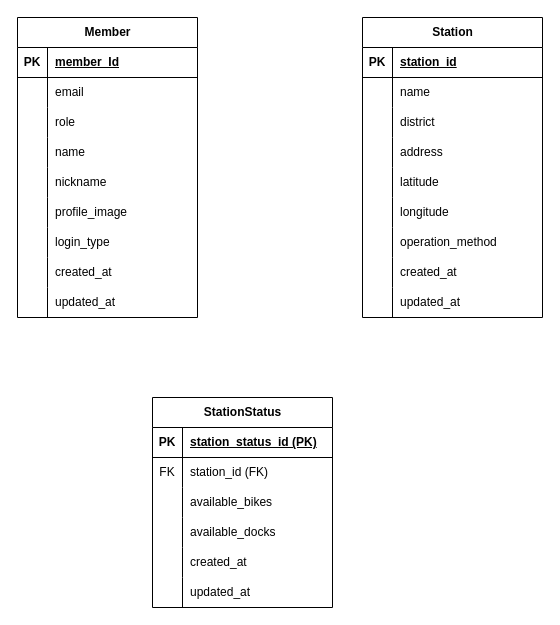
Above: SessakBoriERD.drawio in 2025-All4Land-RideOn/ERD (draw.io), before the change. Source tidied: cells renumbered, new cells numbered last; positions are measured from the earlier drawing's top-left corner, leaving out a move shared by most shapes. Both pictures are drawn from the tidied source at 100%, with x=0, y=0 at pixel (17, 17).
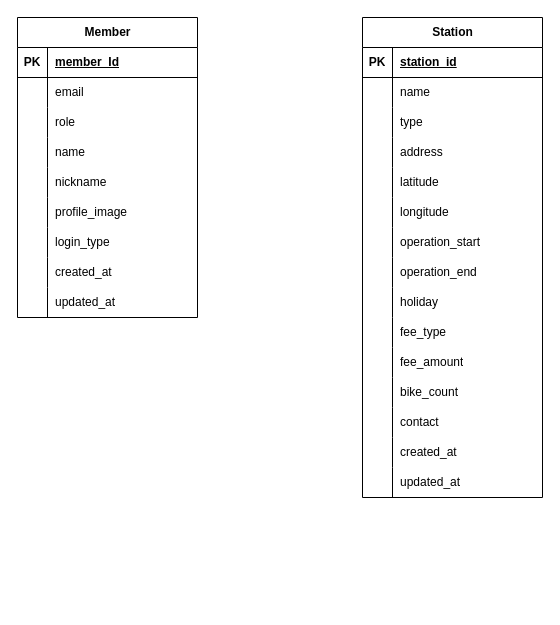
The same diagram, later.

Commit message:
docs: 자전거대여소(Station) 테이블 추가

Unchanged cells that the change refers to:
```xml
<mxCell id="37" style="shape=tableRow;horizontal=0;startSize=0;swimlaneHead=0;swimlaneBody=0;fillColor=none;top=0;left=0;right=0;bottom=0;" parent="30" vertex="1">
  <mxGeometry y="90" width="180" height="30" as="geometry" />
</mxCell>
<mxCell id="49" style="shape=tableRow;horizontal=0;startSize=0;swimlaneHead=0;swimlaneBody=0;fillColor=none;top=0;left=0;right=0;bottom=0;" parent="30" vertex="1">
  <mxGeometry y="210" width="180" height="30" as="geometry" />
</mxCell>
```

The edit, as a diff of the source:
```diff
@@
     <mxCell id="30" value="Station" style="shape=table;startSize=30;childLayout=tableLayout;rowLines=0;fontStyle=1;align=center;html=1;" parent="1" vertex="1">
-      <mxGeometry x="345" width="180" height="300" as="geometry" />
+      <mxGeometry x="345" width="180" height="480" as="geometry" />
     </mxCell>
@@
-    <mxCell id="39" value="district" style="shape=partialRectangle;fillColor=none;top=0;left=0;bottom=0;right=0;align=left;spacingLeft=6;overflow=hidden;whiteSpace=wrap;html=1;" parent="37" vertex="1">
+    <mxCell id="39" value="type" style="shape=partialRectangle;fillColor=none;top=0;left=0;bottom=0;right=0;align=left;spacingLeft=6;overflow=hidden;whiteSpace=wrap;html=1;" parent="37" vertex="1">
       <mxGeometry x="30" width="150" height="30" as="geometry" />
     </mxCell>
@@
-    <mxCell id="51" value="operation_method" style="shape=partialRectangle;fillColor=none;top=0;left=0;bottom=0;right=0;align=left;spacingLeft=6;overflow=hidden;whiteSpace=wrap;html=1;" parent="49" vertex="1">
+    <mxCell id="51" value="operation_start" style="shape=partialRectangle;fillColor=none;top=0;left=0;bottom=0;right=0;align=left;spacingLeft=6;overflow=hidden;whiteSpace=wrap;html=1;" parent="49" vertex="1">
       <mxGeometry x="30" width="150" height="30" as="geometry" />
     </mxCell>
+    <mxCell id="77" style="shape=tableRow;horizontal=0;startSize=0;swimlaneHead=0;swimlaneBody=0;fillColor=none;top=0;left=0;right=0;bottom=0;" parent="30" vertex="1">
+      <mxGeometry y="240" width="180" height="30" as="geometry" />
+    </mxCell>
+    <mxCell id="78" style="shape=partialRectangle;fillColor=none;top=0;left=0;bottom=0;right=0;overflow=hidden;whiteSpace=wrap;html=1;" parent="77" vertex="1">
+      <mxGeometry width="30" height="30" as="geometry" />
+    </mxCell>
+    <mxCell id="79" value="operation_end" style="shape=partialRectangle;fillColor=none;top=0;left=0;bottom=0;right=0;align=left;spacingLeft=6;overflow=hidden;whiteSpace=wrap;html=1;" parent="77" vertex="1">
+      <mxGeometry x="30" width="150" height="30" as="geometry" />
+    </mxCell>
+    <mxCell id="80" style="shape=tableRow;horizontal=0;startSize=0;swimlaneHead=0;swimlaneBody=0;fillColor=none;top=0;left=0;right=0;bottom=0;" parent="30" vertex="1">
+      <mxGeometry y="270" width="180" height="30" as="geometry" />
+    </mxCell>
+    <mxCell id="81" style="shape=partialRectangle;fillColor=none;top=0;left=0;bottom=0;right=0;overflow=hidden;whiteSpace=wrap;html=1;" parent="80" vertex="1">
+      <mxGeometry width="30" height="30" as="geometry" />
+    </mxCell>
+    <mxCell id="82" value="holiday" style="shape=partialRectangle;fillColor=none;top=0;left=0;bottom=0;right=0;align=left;spacingLeft=6;overflow=hidden;whiteSpace=wrap;html=1;" parent="80" vertex="1">
+      <mxGeometry x="30" width="150" height="30" as="geometry" />
+    </mxCell>
+    <mxCell id="83" style="shape=tableRow;horizontal=0;startSize=0;swimlaneHead=0;swimlaneBody=0;fillColor=none;top=0;left=0;right=0;bottom=0;" parent="30" vertex="1">
+      <mxGeometry y="300" width="180" height="30" as="geometry" />
+    </mxCell>
+    <mxCell id="84" style="shape=partialRectangle;fillColor=none;top=0;left=0;bottom=0;right=0;overflow=hidden;whiteSpace=wrap;html=1;" parent="83" vertex="1">
+      <mxGeometry width="30" height="30" as="geometry" />
+    </mxCell>
+    <mxCell id="85" value="fee_type" style="shape=partialRectangle;fillColor=none;top=0;left=0;bottom=0;right=0;align=left;spacingLeft=6;overflow=hidden;whiteSpace=wrap;html=1;" parent="83" vertex="1">
+      <mxGeometry x="30" width="150" height="30" as="geometry" />
+    </mxCell>
+    <mxCell id="86" style="shape=tableRow;horizontal=0;startSize=0;swimlaneHead=0;swimlaneBody=0;fillColor=none;top=0;left=0;right=0;bottom=0;" parent="30" vertex="1">
+      <mxGeometry y="330" width="180" height="30" as="geometry" />
+    </mxCell>
+    <mxCell id="87" style="shape=partialRectangle;fillColor=none;top=0;left=0;bottom=0;right=0;overflow=hidden;whiteSpace=wrap;html=1;" parent="86" vertex="1">
+      <mxGeometry width="30" height="30" as="geometry" />
+    </mxCell>
+    <mxCell id="88" value="fee_amount" style="shape=partialRectangle;fillColor=none;top=0;left=0;bottom=0;right=0;align=left;spacingLeft=6;overflow=hidden;whiteSpace=wrap;html=1;" parent="86" vertex="1">
+      <mxGeometry x="30" width="150" height="30" as="geometry" />
+    </mxCell>
+    <mxCell id="89" style="shape=tableRow;horizontal=0;startSize=0;swimlaneHead=0;swimlaneBody=0;fillColor=none;top=0;left=0;right=0;bottom=0;" parent="30" vertex="1">
+      <mxGeometry y="360" width="180" height="30" as="geometry" />
+    </mxCell>
+    <mxCell id="90" style="shape=partialRectangle;fillColor=none;top=0;left=0;bottom=0;right=0;overflow=hidden;whiteSpace=wrap;html=1;" parent="89" vertex="1">
+      <mxGeometry width="30" height="30" as="geometry" />
+    </mxCell>
+    <mxCell id="91" value="bike_count" style="shape=partialRectangle;fillColor=none;top=0;left=0;bottom=0;right=0;align=left;spacingLeft=6;overflow=hidden;whiteSpace=wrap;html=1;" parent="89" vertex="1">
+      <mxGeometry x="30" width="150" height="30" as="geometry" />
+    </mxCell>
+    <mxCell id="92" style="shape=tableRow;horizontal=0;startSize=0;swimlaneHead=0;swimlaneBody=0;fillColor=none;top=0;left=0;right=0;bottom=0;" parent="30" vertex="1">
+      <mxGeometry y="390" width="180" height="30" as="geometry" />
+    </mxCell>
+    <mxCell id="93" style="shape=partialRectangle;fillColor=none;top=0;left=0;bottom=0;right=0;overflow=hidden;whiteSpace=wrap;html=1;" parent="92" vertex="1">
+      <mxGeometry width="30" height="30" as="geometry" />
+    </mxCell>
+    <mxCell id="94" value="contact" style="shape=partialRectangle;fillColor=none;top=0;left=0;bottom=0;right=0;align=left;spacingLeft=6;overflow=hidden;whiteSpace=wrap;html=1;" parent="92" vertex="1">
+      <mxGeometry x="30" width="150" height="30" as="geometry" />
+    </mxCell>
     <mxCell id="52" style="shape=tableRow;horizontal=0;startSize=0;swimlaneHead=0;swimlaneBody=0;fillColor=none;top=0;left=0;right=0;bottom=0;" parent="30" vertex="1">
-      <mxGeometry y="240" width="180" height="30" as="geometry" />
+      <mxGeometry y="420" width="180" height="30" as="geometry" />
     </mxCell>
@@
     <mxCell id="55" style="shape=tableRow;horizontal=0;startSize=0;swimlaneHead=0;swimlaneBody=0;fillColor=none;top=0;left=0;right=0;bottom=0;" parent="30" vertex="1">
-      <mxGeometry y="270" width="180" height="30" as="geometry" />
+      <mxGeometry y="450" width="180" height="30" as="geometry" />
     </mxCell>
@@
-    <mxCell id="58" value="StationStatus" style="shape=table;startSize=30;childLayout=tableLayout;rowLines=0;fontStyle=1;align=center;html=1;" parent="1" vertex="1">
-      <mxGeometry x="135" y="380" width="180" height="210" as="geometry" />
-    </mxCell>
-    <mxCell id="59" style="shape=tableRow;horizontal=0;startSize=0;swimlaneHead=0;swimlaneBody=0;fillColor=none;top=0;left=0;right=0;bottom=1;" parent="58" vertex="1">
-      <mxGeometry y="30" width="180" height="30" as="geometry" />
-    </mxCell>
-    <mxCell id="60" value="PK" style="shape=partialRectangle;fillColor=none;top=0;left=0;bottom=0;right=0;fontStyle=1;overflow=hidden;whiteSpace=wrap;html=1;" parent="59" vertex="1">
-      <mxGeometry width="30" height="30" as="geometry" />
-    </mxCell>
-    <mxCell id="61" value="station_status_id (PK)" style="shape=partialRectangle;fillColor=none;top=0;left=0;bottom=0;right=0;align=left;spacingLeft=6;fontStyle=5;overflow=hidden;whiteSpace=wrap;html=1;" parent="59" vertex="1">
-      <mxGeometry x="30" width="150" height="30" as="geometry" />
-    </mxCell>
-    <mxCell id="62" style="shape=tableRow;horizontal=0;startSize=0;swimlaneHead=0;swimlaneBody=0;fillColor=none;top=0;left=0;right=0;bottom=0;" parent="58" vertex="1">
-      <mxGeometry y="60" width="180" height="30" as="geometry" />
-    </mxCell>
-    <mxCell id="63" value="FK" style="shape=partialRectangle;fillColor=none;top=0;left=0;bottom=0;right=0;overflow=hidden;whiteSpace=wrap;html=1;" parent="62" vertex="1">
-      <mxGeometry width="30" height="30" as="geometry" />
-    </mxCell>
-    <mxCell id="64" value="station_id (FK)" style="shape=partialRectangle;fillColor=none;top=0;left=0;bottom=0;right=0;align=left;spacingLeft=6;overflow=hidden;whiteSpace=wrap;html=1;" parent="62" vertex="1">
-      <mxGeometry x="30" width="150" height="30" as="geometry" />
-    </mxCell>
-    <mxCell id="65" style="shape=tableRow;horizontal=0;startSize=0;swimlaneHead=0;swimlaneBody=0;fillColor=none;top=0;left=0;right=0;bottom=0;" parent="58" vertex="1">
-      <mxGeometry y="90" width="180" height="30" as="geometry" />
-    </mxCell>
-    <mxCell id="66" style="shape=partialRectangle;fillColor=none;top=0;left=0;bottom=0;right=0;overflow=hidden;whiteSpace=wrap;html=1;" parent="65" vertex="1">
-      <mxGeometry width="30" height="30" as="geometry" />
-    </mxCell>
-    <mxCell id="67" value="available_bikes" style="shape=partialRectangle;fillColor=none;top=0;left=0;bottom=0;right=0;align=left;spacingLeft=6;overflow=hidden;whiteSpace=wrap;html=1;" parent="65" vertex="1">
-      <mxGeometry x="30" width="150" height="30" as="geometry" />
-    </mxCell>
-    <mxCell id="68" style="shape=tableRow;horizontal=0;startSize=0;swimlaneHead=0;swimlaneBody=0;fillColor=none;top=0;left=0;right=0;bottom=0;" parent="58" vertex="1">
-      <mxGeometry y="120" width="180" height="30" as="geometry" />
-    </mxCell>
-    <mxCell id="69" style="shape=partialRectangle;fillColor=none;top=0;left=0;bottom=0;right=0;overflow=hidden;whiteSpace=wrap;html=1;" parent="68" vertex="1">
-      <mxGeometry width="30" height="30" as="geometry" />
-    </mxCell>
-    <mxCell id="70" value="available_docks" style="shape=partialRectangle;fillColor=none;top=0;left=0;bottom=0;right=0;align=left;spacingLeft=6;overflow=hidden;whiteSpace=wrap;html=1;" parent="68" vertex="1">
-      <mxGeometry x="30" width="150" height="30" as="geometry" />
-    </mxCell>
-    <mxCell id="71" style="shape=tableRow;horizontal=0;startSize=0;swimlaneHead=0;swimlaneBody=0;fillColor=none;top=0;left=0;right=0;bottom=0;" parent="58" vertex="1">
-      <mxGeometry y="150" width="180" height="30" as="geometry" />
-    </mxCell>
-    <mxCell id="72" style="shape=partialRectangle;fillColor=none;top=0;left=0;bottom=0;right=0;overflow=hidden;whiteSpace=wrap;html=1;" parent="71" vertex="1">
-      <mxGeometry width="30" height="30" as="geometry" />
-    </mxCell>
-    <mxCell id="73" value="created_at" style="shape=partialRectangle;fillColor=none;top=0;left=0;bottom=0;right=0;align=left;spacingLeft=6;overflow=hidden;whiteSpace=wrap;html=1;" parent="71" vertex="1">
-      <mxGeometry x="30" width="150" height="30" as="geometry" />
-    </mxCell>
-    <mxCell id="74" style="shape=tableRow;horizontal=0;startSize=0;swimlaneHead=0;swimlaneBody=0;fillColor=none;top=0;left=0;right=0;bottom=0;" parent="58" vertex="1">
-      <mxGeometry y="180" width="180" height="30" as="geometry" />
-    </mxCell>
-    <mxCell id="75" style="shape=partialRectangle;fillColor=none;top=0;left=0;bottom=0;right=0;overflow=hidden;whiteSpace=wrap;html=1;" parent="74" vertex="1">
-      <mxGeometry width="30" height="30" as="geometry" />
-    </mxCell>
-    <mxCell id="76" value="updated_at" style="shape=partialRectangle;fillColor=none;top=0;left=0;bottom=0;right=0;align=left;spacingLeft=6;overflow=hidden;whiteSpace=wrap;html=1;" parent="74" vertex="1">
-      <mxGeometry x="30" width="150" height="30" as="geometry" />
-    </mxCell>
```
